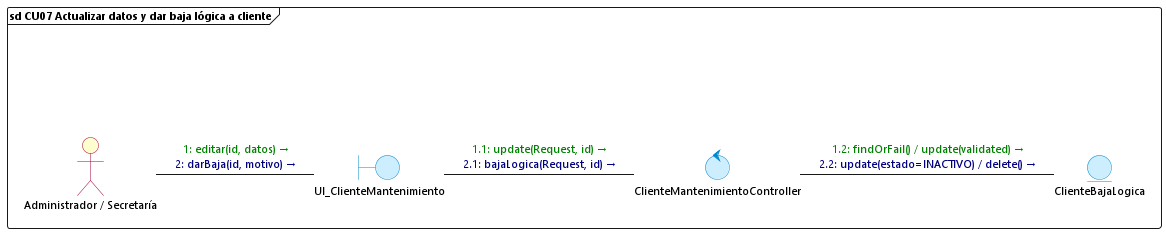
The PlantUML diagram diagramas/comunicacion/cu07_actualizar_baja_cliente.png in DiogoMars777/TELCOM-2.0, before a commit. Its diagram source:
```plantuml
@startuml cu07_actualizar_baja_cliente
skinparam backgroundColor white
skinparam defaultFontName "Segoe UI"
skinparam defaultFontSize 11
skinparam interfaceBackgroundColor transparent
skinparam interfaceBorderColor transparent
skinparam actorBackgroundColor #FEFECE
skinparam actorBorderColor #A80036
skinparam boundaryBackgroundColor #CCEEFF
skinparam boundaryBorderColor #0088CC
skinparam controlBackgroundColor #CCEEFF
skinparam controlBorderColor #0088CC
skinparam entityBackgroundColor #CCEEFF
skinparam entityBorderColor #0088CC

frame "sd CU07 Actualizar datos y dar baja lógica a cliente" {
    () " " as spacer
    actor "Administrador / Secretaría" as Admin
    boundary UI_ClienteMantenimiento
    control ClienteMantenimientoController
    entity ClienteBajaLogica

    spacer -[hidden]down- Admin

    Admin -right- UI_ClienteMantenimiento : <font color=#008000>1: editar(id, datos) →</font>\n<font color=#000080>2: darBaja(id, motivo) →</font>

    UI_ClienteMantenimiento -right- ClienteMantenimientoController : <font color=#008000>1.1: update(Request, id) →</font>\n<font color=#000080>2.1: bajaLogica(Request, id) →</font>

    ClienteMantenimientoController -right- ClienteBajaLogica : <font color=#008000>1.2: findOrFail() / update(validated) →</font>\n<font color=#000080>2.2: update(estado=INACTIVO) / delete() →</font>
}
@enduml
```
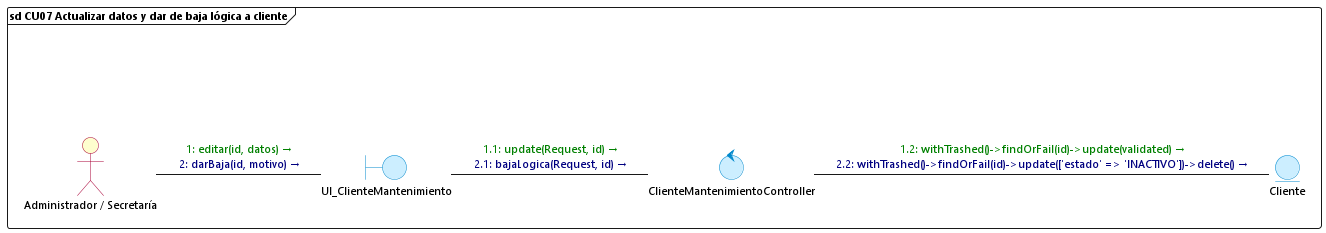
Later version of the same file.

The edit, as a diff of the source:
```diff
@@ -13,12 +13,12 @@
 skinparam entityBackgroundColor #CCEEFF
 skinparam entityBorderColor #0088CC
 
-frame "sd CU07 Actualizar datos y dar baja lógica a cliente" {
+frame "sd CU07 Actualizar datos y dar de baja lógica a cliente" {
     () " " as spacer
     actor "Administrador / Secretaría" as Admin
     boundary UI_ClienteMantenimiento
     control ClienteMantenimientoController
-    entity ClienteBajaLogica
+    entity Cliente
 
     spacer -[hidden]down- Admin
 
@@ -26,6 +26,6 @@
 
     UI_ClienteMantenimiento -right- ClienteMantenimientoController : <font color=#008000>1.1: update(Request, id) →</font>\n<font color=#000080>2.1: bajaLogica(Request, id) →</font>
 
-    ClienteMantenimientoController -right- ClienteBajaLogica : <font color=#008000>1.2: findOrFail() / update(validated) →</font>\n<font color=#000080>2.2: update(estado=INACTIVO) / delete() →</font>
+    ClienteMantenimientoController -right- Cliente : <font color=#008000>1.2: withTrashed()->findOrFail(id)->update(validated) →</font>\n<font color=#000080>2.2: withTrashed()->findOrFail(id)->update(['estado' => 'INACTIVO'])->delete() →</font>
 }
 @enduml
```
